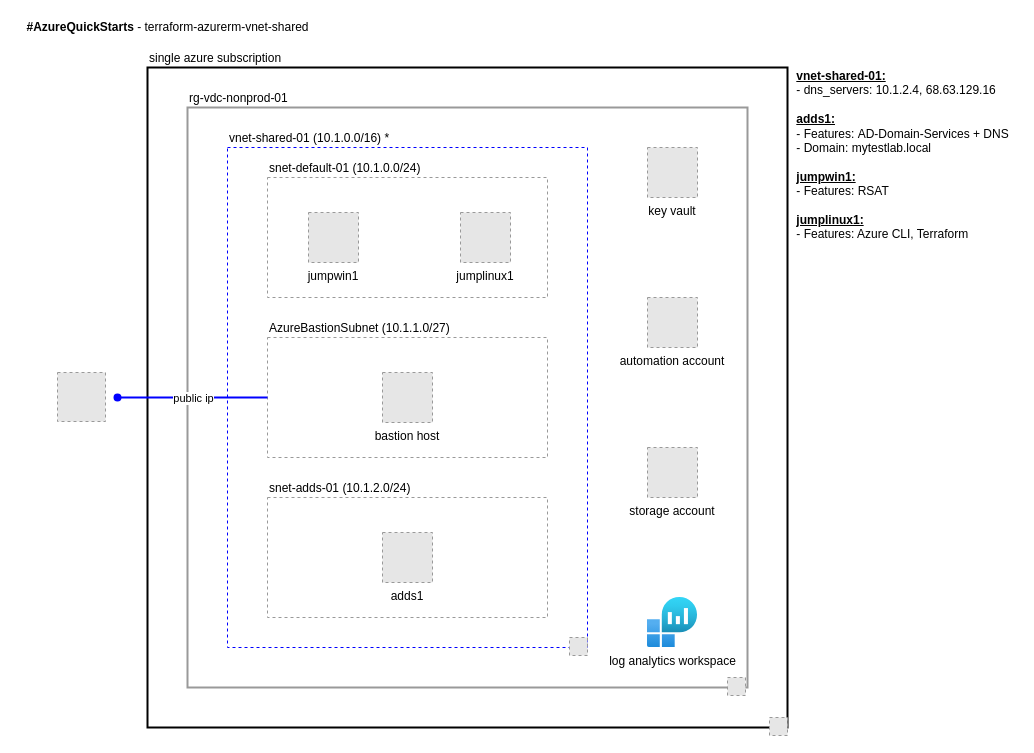
Earlier version of the draw.io diagram terraform-azurerm-vnet-shared/vnet-shared-diagram.drawio (doherty100/azuresandbox). Source tidied: cells renumbered, new cells numbered last; positions are measured from the earlier drawing's top-left corner, leaving out a move shared by most shapes. Both pictures are drawn from the tidied source at 100%, with x=0, y=0 at pixel (17, 17). Pictures stored in the file or linked from it are replaced by grey dashed boxes.
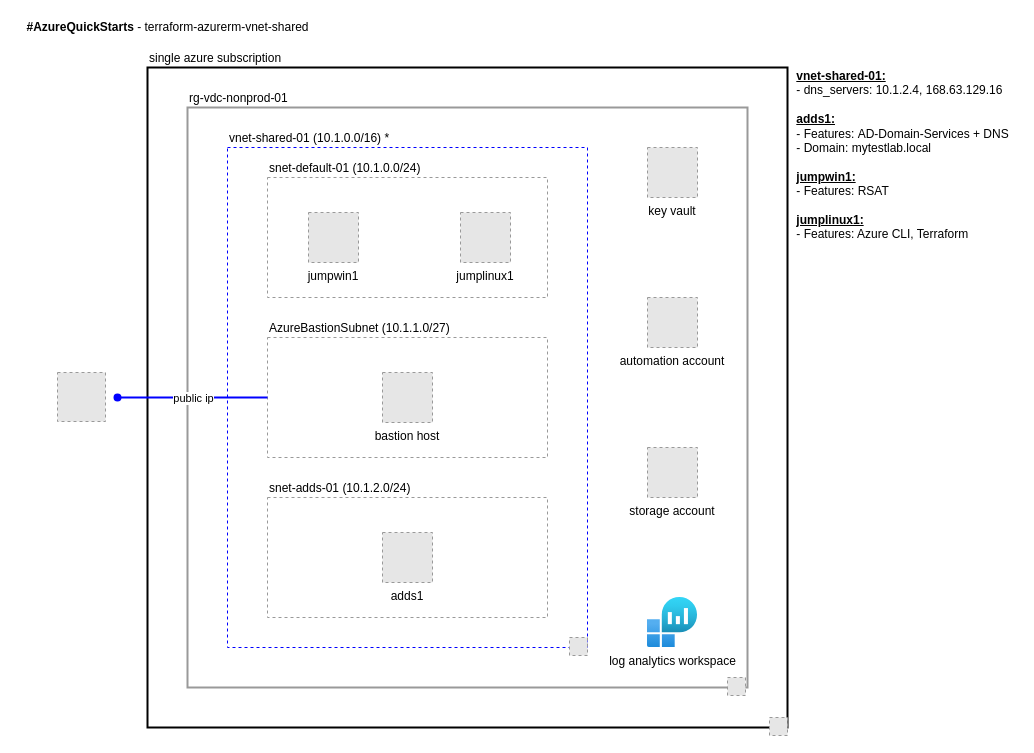
Above is the later version.

What changed in the source:
```diff
@@
-    <mxCell id="20" value="&lt;div style=&quot;text-align: left&quot;&gt;&lt;span&gt;&lt;u&gt;&lt;b&gt;vnet-shared-01:&lt;/b&gt;&lt;/u&gt;&lt;/span&gt;&lt;/div&gt;&lt;div style=&quot;text-align: left&quot;&gt;&lt;span&gt;- dns_servers:&amp;nbsp;&lt;/span&gt;&lt;span&gt;10.1.2.4,&amp;nbsp;&lt;/span&gt;&lt;span&gt;68.63.129.16&lt;/span&gt;&lt;/div&gt;&lt;div style=&quot;text-align: left&quot;&gt;&lt;span&gt;&lt;br&gt;&lt;/span&gt;&lt;/div&gt;&lt;div style=&quot;text-align: left&quot;&gt;&lt;div&gt;&lt;u&gt;&lt;b&gt;adds1:&lt;/b&gt;&lt;/u&gt;&lt;/div&gt;&lt;span style=&quot;text-align: center&quot;&gt;- Features:&amp;nbsp;AD-Domain-Services + DNS&lt;/span&gt;&lt;br style=&quot;text-align: center&quot;&gt;&lt;div&gt;- Domain: mytestlab.local&lt;/div&gt;&lt;div&gt;&lt;br&gt;&lt;/div&gt;&lt;/div&gt;&lt;div style=&quot;text-align: left&quot;&gt;&lt;b&gt;&lt;u&gt;jumpwin1:&lt;/u&gt;&lt;/b&gt;&lt;/div&gt;&lt;div style=&quot;text-align: left&quot;&gt;- Features: RSAT&lt;/div&gt;&lt;div style=&quot;text-align: left&quot;&gt;&lt;span&gt;&lt;br&gt;&lt;/span&gt;&lt;/div&gt;&lt;div style=&quot;text-align: left&quot;&gt;&lt;div&gt;&lt;b&gt;&lt;u&gt;jumplinux1:&lt;/u&gt;&lt;/b&gt;&lt;/div&gt;&lt;div&gt;- Features: Azure CLI, Terraform&lt;/div&gt;&lt;div&gt;&lt;br&gt;&lt;/div&gt;&lt;/div&gt;" style="text;html=1;align=center;verticalAlign=middle;rounded=0;fontColor=#000000;" parent="1" vertex="1">
+    <mxCell id="20" value="&lt;div style=&quot;text-align: left&quot;&gt;&lt;span&gt;&lt;u&gt;&lt;b&gt;vnet-shared-01:&lt;/b&gt;&lt;/u&gt;&lt;/span&gt;&lt;/div&gt;&lt;div style=&quot;text-align: left&quot;&gt;&lt;span&gt;- dns_servers:&amp;nbsp;&lt;/span&gt;&lt;span&gt;10.1.2.4, 1&lt;/span&gt;&lt;span&gt;68.63.129.16&lt;/span&gt;&lt;/div&gt;&lt;div style=&quot;text-align: left&quot;&gt;&lt;span&gt;&lt;br&gt;&lt;/span&gt;&lt;/div&gt;&lt;div style=&quot;text-align: left&quot;&gt;&lt;div&gt;&lt;u&gt;&lt;b&gt;adds1:&lt;/b&gt;&lt;/u&gt;&lt;/div&gt;&lt;span style=&quot;text-align: center&quot;&gt;- Features:&amp;nbsp;AD-Domain-Services + DNS&lt;/span&gt;&lt;br style=&quot;text-align: center&quot;&gt;&lt;div&gt;- Domain: mytestlab.local&lt;/div&gt;&lt;div&gt;&lt;br&gt;&lt;/div&gt;&lt;/div&gt;&lt;div style=&quot;text-align: left&quot;&gt;&lt;b&gt;&lt;u&gt;jumpwin1:&lt;/u&gt;&lt;/b&gt;&lt;/div&gt;&lt;div style=&quot;text-align: left&quot;&gt;- Features: RSAT&lt;/div&gt;&lt;div style=&quot;text-align: left&quot;&gt;&lt;span&gt;&lt;br&gt;&lt;/span&gt;&lt;/div&gt;&lt;div style=&quot;text-align: left&quot;&gt;&lt;div&gt;&lt;b&gt;&lt;u&gt;jumplinux1:&lt;/u&gt;&lt;/b&gt;&lt;/div&gt;&lt;div&gt;- Features: Azure CLI, Terraform&lt;/div&gt;&lt;div&gt;&lt;br&gt;&lt;/div&gt;&lt;/div&gt;" style="text;html=1;align=center;verticalAlign=middle;rounded=0;fontColor=#000000;" parent="1" vertex="1">
       <mxGeometry x="770" y="50" width="230" height="190" as="geometry" />
     </mxCell>
```
